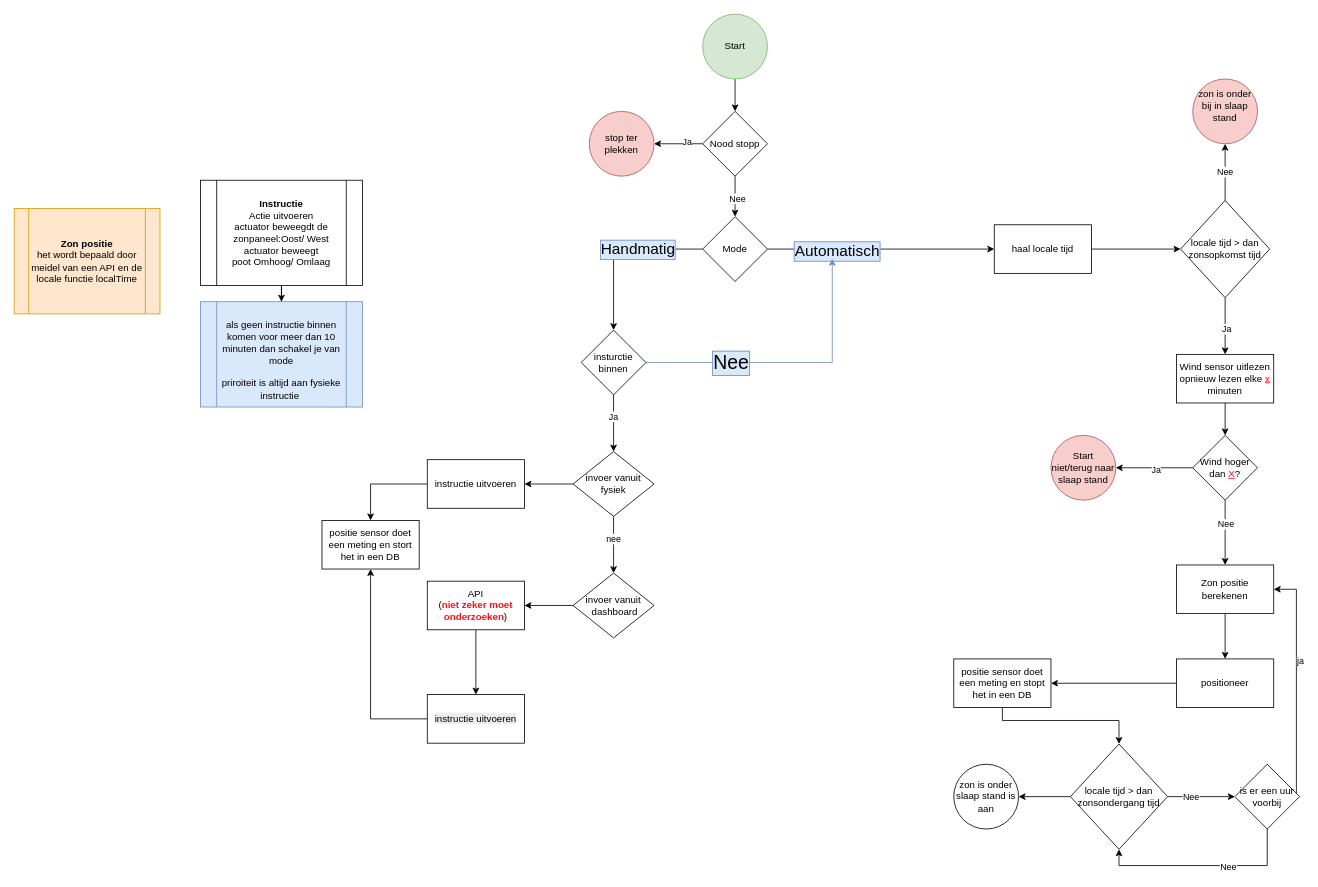
This is page "Pagina-2" (2 of 2) of Solar tracker.drawio from Ogulcan2005/Solar_tracker, a draw.io file, before an edit. Source tidied: cells renumbered, new cells numbered last; positions are measured from the earlier drawing's top-left corner, leaving out a move shared by most shapes. Both pictures are drawn from the tidied source at 81%, with x=0, y=0 at pixel (14, 14).
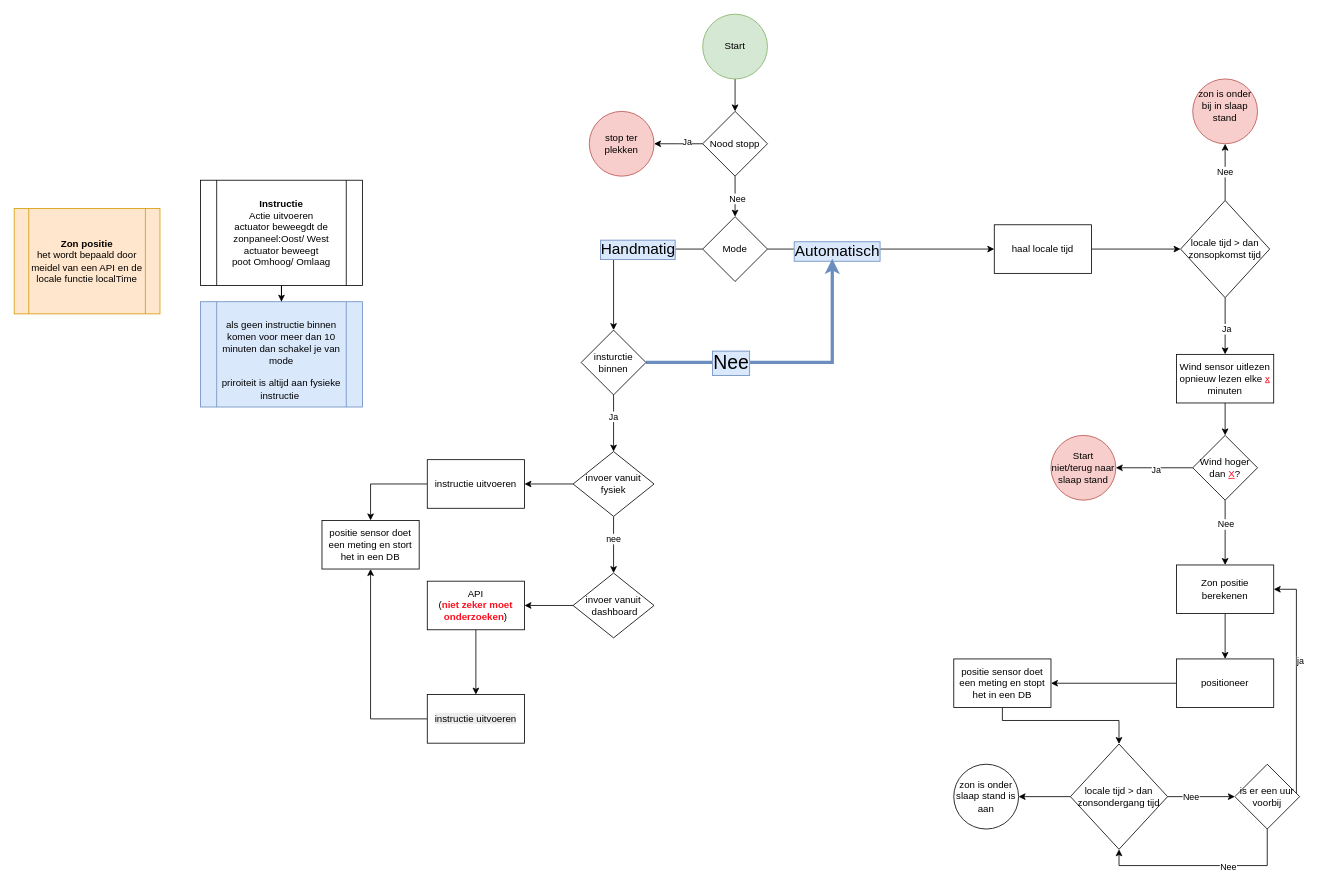
The same diagram, later.

Unchanged cells that the change refers to:
```xml
<mxCell id="18" value="insturctie binnen" style="rhombus;whiteSpace=wrap;html=1;shapeInside=1;" parent="1" vertex="1">
  <mxGeometry x="700" y="390" width="80" height="80" as="geometry" />
</mxCell>
```

The edit, as a diff of the source:
```diff
@@
-    <mxCell id="14" style="edgeStyle=orthogonalEdgeStyle;rounded=0;jettySize=auto;html=1;fillColor=#dae8fc;strokeColor=#6c8ebf;" parent="1" edge="1" source="18">
+    <mxCell id="14" style="edgeStyle=orthogonalEdgeStyle;rounded=0;jettySize=auto;html=1;fillColor=#dae8fc;strokeColor=#6c8ebf;strokeWidth=4;" parent="1" edge="1" source="18">
       <mxGeometry relative="1" as="geometry">
         <mxPoint x="1010" y="302" as="targetPoint" />
         <Array as="points">
           <mxPoint x="1010" y="430" />
         </Array>
       </mxGeometry>
     </mxCell>
```
